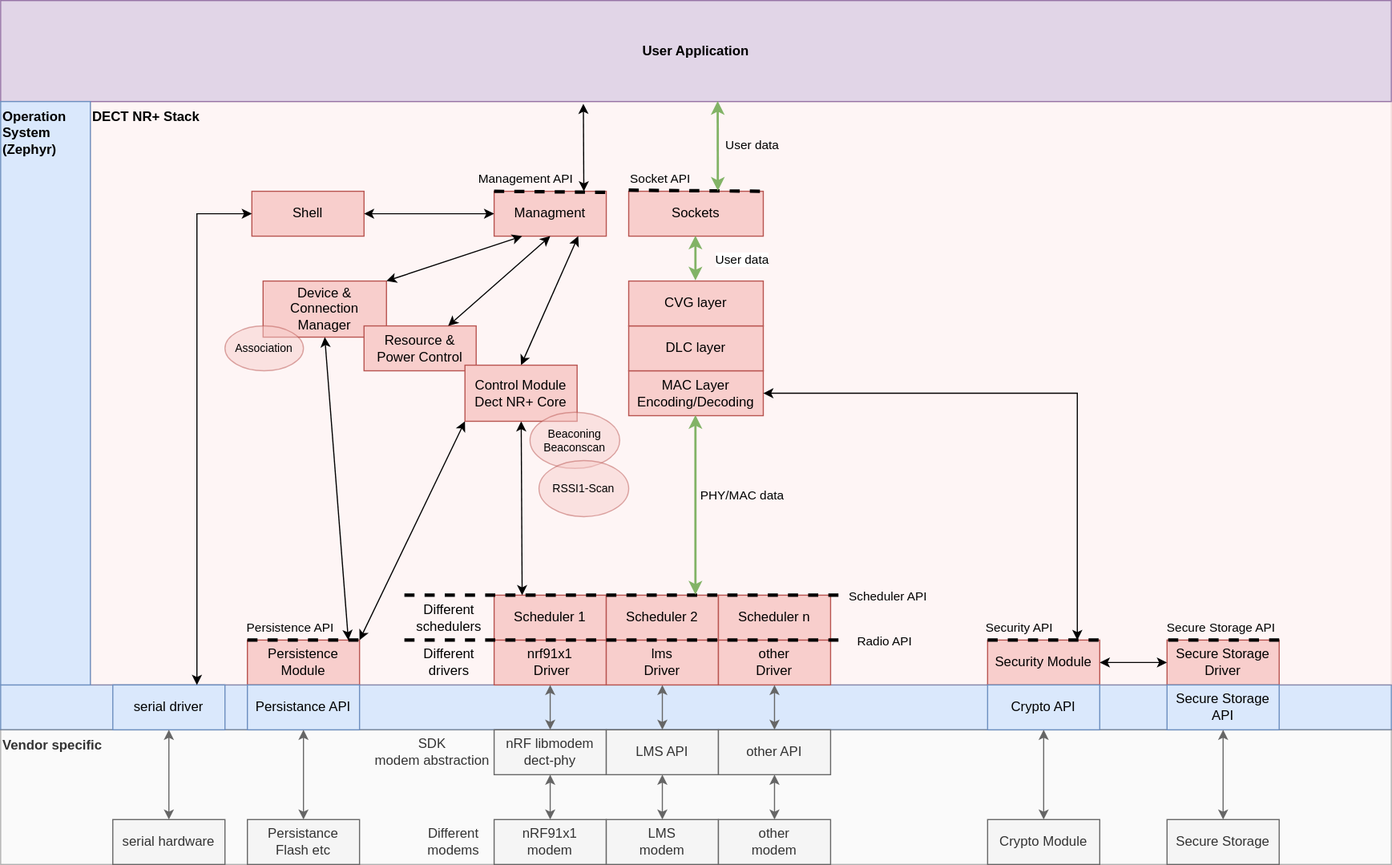
Above: docs/contributors/deveritec/architecture-overview.svg in Opener-Initiative/proposals (draw.io), before the change. Source tidied: cells renumbered, new cells last; positions are measured from the earlier drawing's top-left corner, leaving out a move shared by most shapes.
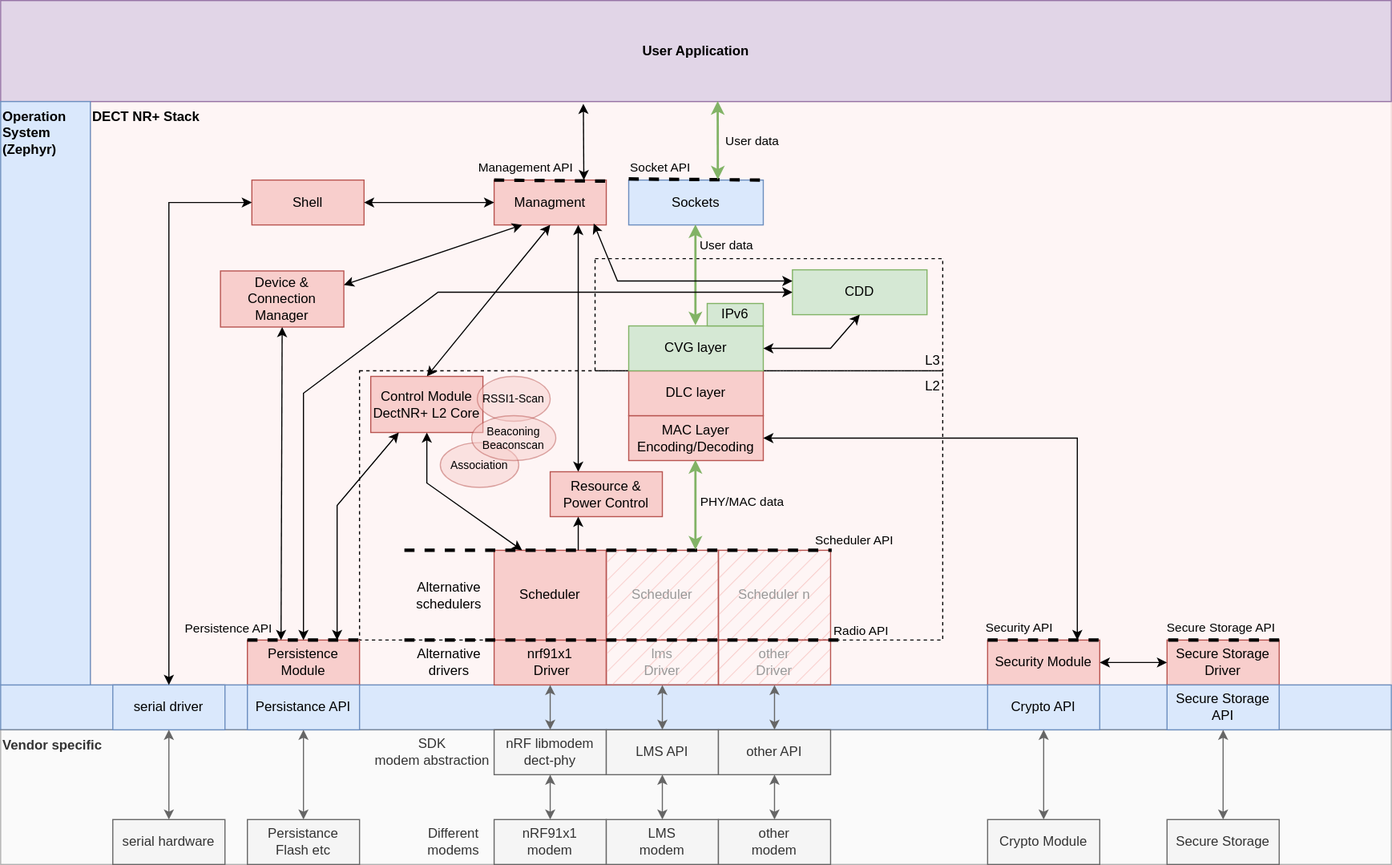
Later version of the same file.

What changed in the source:
```diff
@@ -4,2 +4,11 @@
     <mxCell id="1" parent="0" />
+    <mxCell id="3" value="&lt;b&gt;DECT NR+ Stack&lt;/b&gt;" style="rounded=0;whiteSpace=wrap;html=1;align=left;verticalAlign=top;fillColor=#f8cecc;strokeColor=#b85450;opacity=20;" parent="1" vertex="1">
+      <mxGeometry x="80" y="90" width="1160" height="520" as="geometry" />
+    </mxCell>
+    <mxCell id="87" value="&lt;div align=&quot;right&quot;&gt;L3&lt;/div&gt;" style="rounded=0;whiteSpace=wrap;html=1;dashed=1;fillColor=none;align=right;verticalAlign=bottom;" parent="1" vertex="1">
+      <mxGeometry x="530" y="230" width="310" height="100" as="geometry" />
+    </mxCell>
+    <mxCell id="88" value="&lt;div align=&quot;right&quot;&gt;L2&lt;/div&gt;" style="rounded=0;whiteSpace=wrap;html=1;dashed=1;fillColor=none;align=right;verticalAlign=top;" parent="1" vertex="1">
+      <mxGeometry x="320" y="330" width="520" height="240" as="geometry" />
+    </mxCell>
     <mxCell id="2" style="rounded=0;whiteSpace=wrap;html=1;fillColor=#dae8fc;strokeColor=#6c8ebf;align=left;verticalAlign=top;" parent="1" vertex="1">
@@ -7,7 +16,4 @@
     </mxCell>
-    <mxCell id="3" value="&lt;b&gt;DECT NR+ Stack&lt;/b&gt;" style="rounded=0;whiteSpace=wrap;html=1;align=left;verticalAlign=top;fillColor=#f8cecc;strokeColor=#b85450;opacity=20;" parent="1" vertex="1">
-      <mxGeometry x="80" y="90" width="1160" height="520" as="geometry" />
-    </mxCell>
     <mxCell id="4" value="Device &amp;amp; Connection Manager" style="rounded=0;whiteSpace=wrap;html=1;fillColor=#f8cecc;strokeColor=#b85450;" parent="1" vertex="1">
-      <mxGeometry x="234" y="250" width="110" height="50" as="geometry" />
+      <mxGeometry x="196" y="241" width="110" height="50" as="geometry" />
     </mxCell>
@@ -22,3 +28,3 @@
     </mxCell>
-    <mxCell id="8" value="Different drivers" style="text;html=1;align=center;verticalAlign=middle;whiteSpace=wrap;rounded=0;" parent="1" vertex="1">
+    <mxCell id="8" value="Alternative drivers" style="text;html=1;align=center;verticalAlign=middle;whiteSpace=wrap;rounded=0;" parent="1" vertex="1">
       <mxGeometry x="370" y="575" width="60" height="30" as="geometry" />
@@ -55,16 +61,16 @@
     </mxCell>
-    <mxCell id="19" value="&lt;div&gt;lms&lt;/div&gt;Driver" style="rounded=0;whiteSpace=wrap;html=1;fillColor=#f8cecc;strokeColor=#b85450;" parent="1" vertex="1">
+    <mxCell id="19" value="&lt;div&gt;lms&lt;/div&gt;Driver" style="rounded=0;whiteSpace=wrap;html=1;fillColor=#f8cecc;strokeColor=#b85450;fontColor=#999999;fillStyle=hatch;" parent="1" vertex="1">
       <mxGeometry x="540" y="570" width="100" height="40" as="geometry" />
     </mxCell>
-    <mxCell id="20" value="&lt;div&gt;other&lt;/div&gt;Driver" style="rounded=0;whiteSpace=wrap;html=1;fillColor=#f8cecc;strokeColor=#b85450;" parent="1" vertex="1">
+    <mxCell id="20" value="&lt;div&gt;other&lt;/div&gt;Driver" style="rounded=0;whiteSpace=wrap;html=1;fillColor=#f8cecc;strokeColor=#b85450;fontColor=#999999;fillStyle=hatch;" parent="1" vertex="1">
       <mxGeometry x="640" y="570" width="100" height="40" as="geometry" />
     </mxCell>
-    <mxCell id="21" value="Scheduler 1" style="rounded=0;whiteSpace=wrap;html=1;fillColor=#f8cecc;strokeColor=#b85450;" parent="1" vertex="1">
-      <mxGeometry x="440" y="530" width="100" height="40" as="geometry" />
+    <mxCell id="21" value="Scheduler" style="rounded=0;whiteSpace=wrap;html=1;fillColor=#f8cecc;strokeColor=#b85450;" parent="1" vertex="1">
+      <mxGeometry x="440" y="490" width="100" height="80" as="geometry" />
     </mxCell>
-    <mxCell id="22" value="Scheduler 2" style="rounded=0;whiteSpace=wrap;html=1;fillColor=#f8cecc;strokeColor=#b85450;" parent="1" vertex="1">
-      <mxGeometry x="540" y="530" width="100" height="40" as="geometry" />
+    <mxCell id="22" value="Scheduler" style="rounded=0;whiteSpace=wrap;html=1;fillColor=#f8cecc;strokeColor=#b85450;shadow=0;glass=0;fillStyle=hatch;fontColor=#999999;" parent="1" vertex="1">
+      <mxGeometry x="540" y="490" width="100" height="80" as="geometry" />
     </mxCell>
-    <mxCell id="23" value="Scheduler n" style="rounded=0;whiteSpace=wrap;html=1;fillColor=#f8cecc;strokeColor=#b85450;" parent="1" vertex="1">
-      <mxGeometry x="640" y="530" width="100" height="40" as="geometry" />
+    <mxCell id="23" value="Scheduler n" style="rounded=0;whiteSpace=wrap;html=1;fillColor=#f8cecc;strokeColor=#b85450;fontColor=#999999;fillStyle=hatch;" parent="1" vertex="1">
+      <mxGeometry x="640" y="490" width="100" height="80" as="geometry" />
     </mxCell>
@@ -72,4 +78,4 @@
       <mxGeometry relative="1" as="geometry">
-        <mxPoint x="360" y="530" as="sourcePoint" />
-        <mxPoint x="750" y="530" as="targetPoint" />
+        <mxPoint x="360" y="490" as="sourcePoint" />
+        <mxPoint x="741" y="490" as="targetPoint" />
       </mxGeometry>
@@ -84,13 +90,10 @@
       <mxGeometry x="0.91" y="-2" relative="1" as="geometry">
-        <mxPoint x="57" y="-42" as="offset" />
+        <mxPoint x="27" y="-92" as="offset" />
       </mxGeometry>
     </mxCell>
-    <mxCell id="27" value="Resource &amp;amp; Power Control" style="rounded=0;whiteSpace=wrap;html=1;fillColor=#f8cecc;strokeColor=#b85450;" parent="1" vertex="1">
-      <mxGeometry x="324" y="290" width="100" height="40" as="geometry" />
-    </mxCell>
     <mxCell id="28" value="Managment" style="rounded=0;whiteSpace=wrap;html=1;fillColor=#f8cecc;strokeColor=#b85450;" parent="1" vertex="1">
-      <mxGeometry x="440" y="170" width="100" height="40" as="geometry" />
+      <mxGeometry x="440" y="160" width="100" height="40" as="geometry" />
     </mxCell>
     <mxCell id="29" value="Shell" style="rounded=0;whiteSpace=wrap;html=1;fillColor=#f8cecc;strokeColor=#b85450;" parent="1" vertex="1">
-      <mxGeometry x="224" y="170" width="100" height="40" as="geometry" />
+      <mxGeometry x="224" y="160" width="100" height="40" as="geometry" />
     </mxCell>
@@ -103,12 +106,12 @@
     <mxCell id="32" value="MAC Layer&lt;br&gt;Encoding/Decoding" style="rounded=0;whiteSpace=wrap;html=1;fillColor=#f8cecc;strokeColor=#b85450;" parent="1" vertex="1">
-      <mxGeometry x="560" y="330" width="120" height="40" as="geometry" />
+      <mxGeometry x="560" y="370" width="120" height="40" as="geometry" />
     </mxCell>
     <mxCell id="33" value="DLC layer" style="rounded=0;whiteSpace=wrap;html=1;fillColor=#f8cecc;strokeColor=#b85450;" parent="1" vertex="1">
-      <mxGeometry x="560" y="290" width="120" height="40" as="geometry" />
+      <mxGeometry x="560" y="330" width="120" height="40" as="geometry" />
     </mxCell>
-    <mxCell id="34" value="CVG layer" style="rounded=0;whiteSpace=wrap;html=1;fillColor=#f8cecc;strokeColor=#b85450;" parent="1" vertex="1">
-      <mxGeometry x="560" y="250" width="120" height="40" as="geometry" />
+    <mxCell id="34" value="CVG layer" style="rounded=0;whiteSpace=wrap;html=1;fillColor=#d5e8d4;strokeColor=#82b366;" parent="1" vertex="1">
+      <mxGeometry x="560" y="290" width="120" height="40" as="geometry" />
     </mxCell>
     <mxCell id="35" value="Management API" style="edgeLabel;html=1;align=center;verticalAlign=middle;labelBackgroundColor=none;" parent="1" vertex="1">
-      <mxGeometry x="470" y="160" as="geometry">
+      <mxGeometry x="470" y="150" as="geometry">
         <mxPoint x="-3" y="-2" as="offset" />
@@ -118,4 +121,4 @@
       <mxGeometry relative="1" as="geometry">
-        <mxPoint x="440" y="170" as="sourcePoint" />
-        <mxPoint x="545" y="171" as="targetPoint" />
+        <mxPoint x="440" y="160" as="sourcePoint" />
+        <mxPoint x="545" y="161" as="targetPoint" />
       </mxGeometry>
@@ -123,3 +126,3 @@
     <mxCell id="37" value="&lt;span&gt;Persistence API&lt;/span&gt;" style="edgeLabel;html=1;align=center;verticalAlign=middle;labelBackgroundColor=none;" parent="1" vertex="1">
-      <mxGeometry x="260" y="560" as="geometry">
+      <mxGeometry x="205" y="561" as="geometry">
         <mxPoint x="-3" y="-2" as="offset" />
@@ -182,10 +185,10 @@
     </mxCell>
-    <mxCell id="54" value="Different schedulers" style="text;html=1;align=center;verticalAlign=middle;whiteSpace=wrap;rounded=0;" parent="1" vertex="1">
-      <mxGeometry x="370" y="535" width="60" height="30" as="geometry" />
+    <mxCell id="54" value="Alternative schedulers" style="text;html=1;align=center;verticalAlign=middle;whiteSpace=wrap;rounded=0;" parent="1" vertex="1">
+      <mxGeometry x="370" y="515" width="60" height="30" as="geometry" />
     </mxCell>
-    <mxCell id="55" value="Sockets" style="rounded=0;whiteSpace=wrap;html=1;fillColor=#f8cecc;strokeColor=#b85450;" parent="1" vertex="1">
-      <mxGeometry x="560" y="170" width="120" height="40" as="geometry" />
+    <mxCell id="55" value="Sockets" style="rounded=0;whiteSpace=wrap;html=1;fillColor=#dae8fc;strokeColor=#6c8ebf;" parent="1" vertex="1">
+      <mxGeometry x="560" y="160" width="120" height="40" as="geometry" />
     </mxCell>
     <mxCell id="56" value="Socket API" style="edgeLabel;html=1;align=center;verticalAlign=middle;labelBackgroundColor=none;" parent="1" vertex="1">
-      <mxGeometry x="590" y="160" as="geometry">
+      <mxGeometry x="590" y="150" as="geometry">
         <mxPoint x="-3" y="-2" as="offset" />
@@ -195,3 +198,3 @@
       <mxGeometry relative="1" as="geometry">
-        <mxPoint x="560" y="169" as="sourcePoint" />
+        <mxPoint x="560" y="159" as="sourcePoint" />
       </mxGeometry>
@@ -200,3 +203,3 @@
       <mxGeometry relative="1" as="geometry">
-        <mxPoint x="520" y="170" as="sourcePoint" />
+        <mxPoint x="520" y="160" as="sourcePoint" />
       </mxGeometry>
@@ -205,3 +208,3 @@
       <mxGeometry relative="1" as="geometry">
-        <mxPoint x="640" y="170" as="sourcePoint" />
+        <mxPoint x="640" y="160" as="sourcePoint" />
       </mxGeometry>
@@ -216,3 +219,3 @@
         <Array as="points">
-          <mxPoint x="370" y="190" />
+          <mxPoint x="370" y="180" />
         </Array>
@@ -220,9 +223,9 @@
     </mxCell>
-    <mxCell id="62" style="endArrow=classic;startArrow=classic;html=1;rounded=0;entryX=0.25;entryY=1;entryDx=0;entryDy=0;exitX=1;exitY=0;exitDx=0;exitDy=0;" parent="1" edge="1" source="4" target="28">
+    <mxCell id="62" style="endArrow=classic;startArrow=classic;html=1;rounded=0;entryX=0.25;entryY=1;entryDx=0;entryDy=0;exitX=1;exitY=0.25;exitDx=0;exitDy=0;" parent="1" edge="1" source="4" target="28">
       <mxGeometry relative="1" as="geometry" />
     </mxCell>
-    <mxCell id="63" style="endArrow=classic;startArrow=classic;html=1;rounded=0;entryX=0.5;entryY=1;entryDx=0;entryDy=0;exitX=0.75;exitY=0;exitDx=0;exitDy=0;" parent="1" edge="1" source="27" target="28">
+    <mxCell id="63" style="endArrow=classic;startArrow=classic;html=1;rounded=0;entryX=0.75;entryY=1;entryDx=0;entryDy=0;exitX=0.25;exitY=0;exitDx=0;exitDy=0;" parent="1" edge="1" source="27" target="28">
       <mxGeometry relative="1" as="geometry" />
     </mxCell>
-    <mxCell id="64" style="endArrow=classic;startArrow=classic;html=1;rounded=0;entryX=0.75;entryY=1;entryDx=0;entryDy=0;exitX=0.5;exitY=0;exitDx=0;exitDy=0;" parent="1" edge="1" source="71" target="28">
+    <mxCell id="64" style="endArrow=classic;startArrow=classic;html=1;rounded=0;entryX=0.5;entryY=1;entryDx=0;entryDy=0;exitX=0.5;exitY=0;exitDx=0;exitDy=0;" parent="1" edge="1" source="71" target="28">
       <mxGeometry relative="1" as="geometry" />
@@ -232,5 +235,5 @@
     </mxCell>
-    <mxCell id="66" value="User data" style="edgeLabel;html=1;align=center;verticalAlign=middle;" parent="65" vertex="1">
+    <mxCell id="66" value="User data" style="edgeLabel;html=1;align=center;verticalAlign=middle;labelBackgroundColor=none;" parent="65" vertex="1">
       <mxGeometry x="0.17" y="-1" relative="1" as="geometry">
-        <mxPoint x="39" y="3" as="offset" />
+        <mxPoint x="25" y="-21" as="offset" />
       </mxGeometry>
@@ -239,3 +242,3 @@
       <mxGeometry relative="1" as="geometry">
-        <mxPoint x="620" y="530" as="sourcePoint" />
+        <mxPoint x="620" y="490" as="sourcePoint" />
       </mxGeometry>
@@ -247,4 +250,8 @@
     </mxCell>
-    <mxCell id="69" style="endArrow=classic;startArrow=classic;html=1;rounded=0;exitX=0.25;exitY=0;exitDx=0;exitDy=0;" parent="1" edge="1" source="21" target="71">
-      <mxGeometry relative="1" as="geometry" />
+    <mxCell id="69" style="endArrow=classic;startArrow=classic;html=1;rounded=0;exitX=0.25;exitY=0;exitDx=0;exitDy=0;entryX=0.5;entryY=1;entryDx=0;entryDy=0;" parent="1" edge="1" source="21" target="71">
+      <mxGeometry relative="1" as="geometry">
+        <Array as="points">
+          <mxPoint x="380" y="430" />
+        </Array>
+      </mxGeometry>
     </mxCell>
@@ -254,3 +261,3 @@
         <Array as="points">
-          <mxPoint x="960" y="350" />
+          <mxPoint x="960" y="390" />
         </Array>
@@ -258,11 +265,14 @@
     </mxCell>
-    <mxCell id="71" value="&lt;div&gt;Control Module&lt;/div&gt;Dect NR+ Core" style="rounded=0;whiteSpace=wrap;html=1;fillColor=#f8cecc;strokeColor=#b85450;" parent="1" vertex="1">
-      <mxGeometry x="414" y="325" width="100" height="50" as="geometry" />
+    <mxCell id="71" value="&lt;div&gt;Control Module&lt;/div&gt;DectNR+ L2 Core" style="rounded=0;whiteSpace=wrap;html=1;fillColor=#f8cecc;strokeColor=#b85450;" parent="1" vertex="1">
+      <mxGeometry x="330" y="335" width="100" height="50" as="geometry" />
     </mxCell>
     <mxCell id="72" value="Radio API" style="edgeLabel;html=1;align=center;verticalAlign=middle;labelBackgroundColor=none;" parent="1" vertex="1">
-      <mxGeometry x="787" y="570" as="geometry" />
+      <mxGeometry x="766" y="561" as="geometry" />
     </mxCell>
-    <mxCell id="73" style="endArrow=classic;startArrow=classic;html=1;rounded=0;entryX=0;entryY=1;entryDx=0;entryDy=0;" parent="1" edge="1" target="71">
+    <mxCell id="73" style="endArrow=classic;startArrow=classic;html=1;rounded=0;entryX=0.25;entryY=1;entryDx=0;entryDy=0;" parent="1" edge="1" target="71">
       <mxGeometry relative="1" as="geometry">
-        <mxPoint x="320" y="570" as="sourcePoint" />
+        <mxPoint x="300" y="570" as="sourcePoint" />
+        <Array as="points">
+          <mxPoint x="300" y="450" />
+        </Array>
       </mxGeometry>
@@ -271,3 +281,3 @@
       <mxGeometry relative="1" as="geometry">
-        <mxPoint x="310" y="570" as="sourcePoint" />
+        <mxPoint x="250" y="570" as="sourcePoint" />
       </mxGeometry>
@@ -280,6 +290,6 @@
     </mxCell>
-    <mxCell id="77" style="endArrow=classic;startArrow=classic;html=1;rounded=0;entryX=0;entryY=0.5;entryDx=0;entryDy=0;exitX=0.75;exitY=0;exitDx=0;exitDy=0;" parent="1" edge="1" source="76" target="29">
+    <mxCell id="77" style="endArrow=classic;startArrow=classic;html=1;rounded=0;entryX=0;entryY=0.5;entryDx=0;entryDy=0;exitX=0.5;exitY=0;exitDx=0;exitDy=0;" parent="1" edge="1" source="76" target="29">
       <mxGeometry relative="1" as="geometry">
         <Array as="points">
-          <mxPoint x="175" y="190" />
+          <mxPoint x="150" y="180" />
         </Array>
@@ -305,11 +315,46 @@
     </mxCell>
-    <mxCell id="84" value="&lt;span&gt;Beaconing&lt;br&gt;Beaconscan&lt;/span&gt;" style="ellipse;whiteSpace=wrap;html=1;fillColor=#f8cecc;strokeColor=#b85450;fontStyle=0;fontSize=10;opacity=50;" parent="1" vertex="1">
-      <mxGeometry x="472" y="367" width="80" height="50" as="geometry" />
-    </mxCell>
     <mxCell id="85" value="RSSI1-Scan" style="ellipse;whiteSpace=wrap;html=1;fillColor=#f8cecc;strokeColor=#b85450;fontStyle=0;fontSize=10;opacity=50;" parent="1" vertex="1">
-      <mxGeometry x="480" y="410" width="80" height="50" as="geometry" />
+      <mxGeometry x="425" y="335" width="65" height="40" as="geometry" />
     </mxCell>
     <mxCell id="86" value="Association" style="ellipse;whiteSpace=wrap;html=1;fillColor=#f8cecc;strokeColor=#b85450;fontStyle=0;fontSize=10;opacity=50;" parent="1" vertex="1">
-      <mxGeometry x="200" y="290" width="70" height="40" as="geometry" />
+      <mxGeometry x="392" y="394" width="70" height="40" as="geometry" />
     </mxCell>
+    <mxCell id="27" value="Resource &amp;amp; Power Control" style="rounded=0;whiteSpace=wrap;html=1;fillColor=#f8cecc;strokeColor=#b85450;" parent="1" vertex="1">
+      <mxGeometry x="490" y="420" width="100" height="40" as="geometry" />
+    </mxCell>
+    <mxCell id="89" value="CDD" style="rounded=0;whiteSpace=wrap;html=1;fillColor=#d5e8d4;strokeColor=#82b366;" parent="1" vertex="1">
+      <mxGeometry x="706" y="240" width="120" height="40" as="geometry" />
+    </mxCell>
+    <mxCell id="90" style="endArrow=classic;startArrow=classic;html=1;rounded=0;entryX=0;entryY=0.5;entryDx=0;entryDy=0;" parent="1" edge="1" target="89">
+      <mxGeometry relative="1" as="geometry">
+        <mxPoint x="270" y="570" as="sourcePoint" />
+        <Array as="points">
+          <mxPoint x="270" y="350" />
+          <mxPoint x="390" y="260" />
+        </Array>
+      </mxGeometry>
+    </mxCell>
+    <mxCell id="91" style="endArrow=classic;startArrow=classic;html=1;rounded=0;exitX=1;exitY=0.5;exitDx=0;exitDy=0;entryX=0.5;entryY=1;entryDx=0;entryDy=0;" parent="1" edge="1" source="34" target="89">
+      <mxGeometry relative="1" as="geometry">
+        <Array as="points">
+          <mxPoint x="740" y="310" />
+        </Array>
+      </mxGeometry>
+    </mxCell>
+    <mxCell id="92" value="IPv6" style="rounded=0;whiteSpace=wrap;html=1;fillColor=#d5e8d4;strokeColor=#82b366;" parent="1" vertex="1">
+      <mxGeometry x="630" y="270" width="50" height="20" as="geometry" />
+    </mxCell>
+    <mxCell id="93" style="endArrow=classic;startArrow=classic;html=1;rounded=0;entryX=0.888;entryY=0.969;entryDx=0;entryDy=0;exitX=0;exitY=0.25;exitDx=0;exitDy=0;entryPerimeter=0;" parent="1" edge="1" source="89" target="28">
+      <mxGeometry relative="1" as="geometry">
+        <Array as="points">
+          <mxPoint x="550" y="250" />
+        </Array>
+      </mxGeometry>
+    </mxCell>
+    <mxCell id="94" style="endArrow=classic;startArrow=none;html=1;rounded=0;exitX=0.75;exitY=0;exitDx=0;exitDy=0;entryX=0.25;entryY=1;entryDx=0;entryDy=0;startFill=0;" parent="1" edge="1" source="21" target="27">
+      <mxGeometry relative="1" as="geometry" />
+    </mxCell>
+    <mxCell id="84" value="&lt;span&gt;Beaconing&lt;br&gt;Beaconscan&lt;/span&gt;" style="ellipse;whiteSpace=wrap;html=1;fillColor=#f8cecc;strokeColor=#b85450;fontStyle=0;fontSize=10;opacity=50;" parent="1" vertex="1">
+      <mxGeometry x="420" y="370" width="75" height="40" as="geometry" />
+    </mxCell>
   </root>
```
